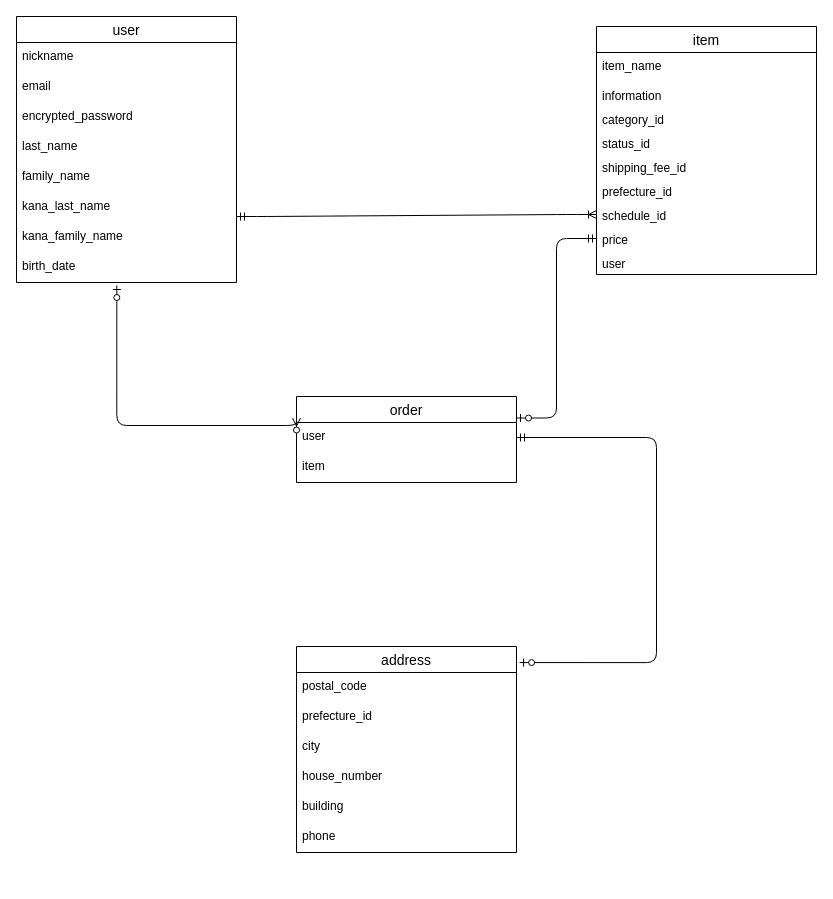
daiki0904/furima-35457 keeps this draw.io diagram as furima.dio. Above is the earlier version. Source tidied: cells renumbered, new cells numbered last; positions are measured from the earlier drawing's top-left corner, leaving out a move shared by most shapes. Both pictures are drawn from the tidied source at 100%, with x=0, y=0 at pixel (16, 16).
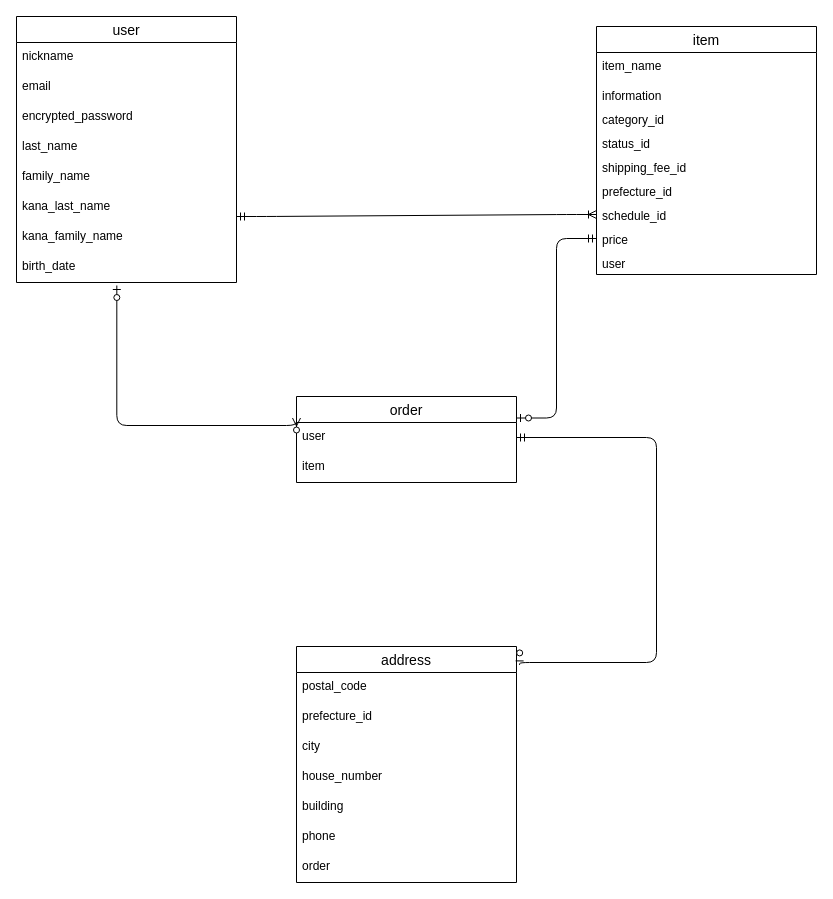
The same diagram, later.

Change to the diagram source:
```diff
@@
     <mxCell id="24" value="address" style="swimlane;fontStyle=0;horizontal=1;startSize=26;align=center;fontSize=14;" parent="1" vertex="1">
-      <mxGeometry x="280" y="630" width="220" height="206" as="geometry" />
+      <mxGeometry x="280" y="630" width="220" height="236" as="geometry" />
     </mxCell>
@@
+    <mxCell id="35" value="order" style="text;strokeColor=none;fillColor=none;spacingLeft=4;spacingRight=4;overflow=hidden;fontSize=12;" parent="24" vertex="1">
+      <mxGeometry y="206" width="220" height="30" as="geometry" />
+    </mxCell>
```
